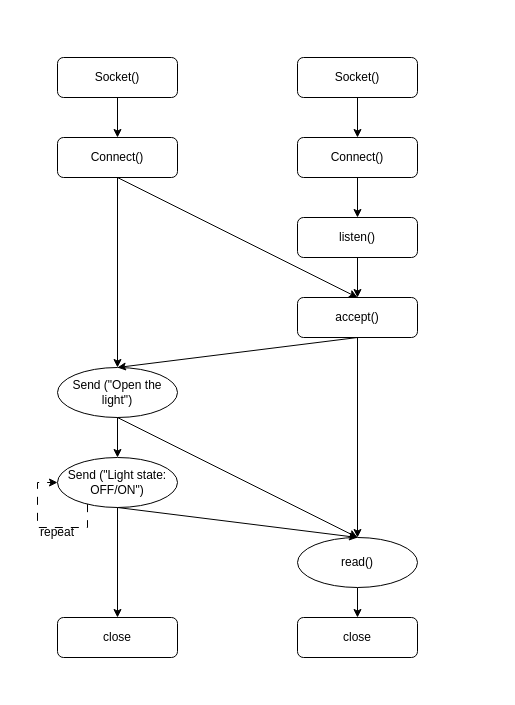
106210049/CK_RTOS keeps this draw.io diagram as PBL5.drawio. Above is the earlier version. Source tidied: cells renumbered, new cells numbered last; positions are measured from the earlier drawing's top-left corner, leaving out a move shared by most shapes. Both pictures are drawn from the tidied source at 100%, with x=0, y=0 at pixel (27, 57).
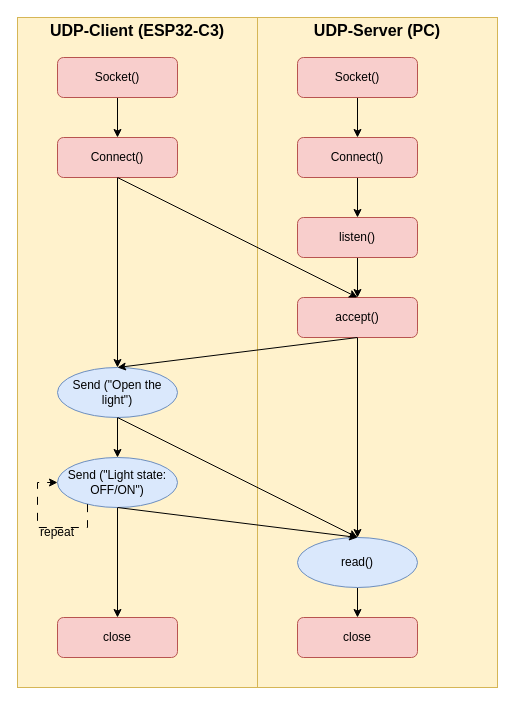
After the change.

The edit, as a diff of the source:
```diff
@@
+    <mxCell id="28" value="&lt;p style=&quot;margin:0px;margin-top:4px;text-align:center;&quot;&gt;&lt;b&gt;&lt;font style=&quot;font-size: 16px;&quot;&gt;UDP-Server (PC)&lt;/font&gt;&lt;/b&gt;&lt;/p&gt;" style="verticalAlign=top;align=left;overflow=fill;html=1;whiteSpace=wrap;fillColor=#fff2cc;strokeColor=#d6b656;" parent="1" vertex="1">
+      <mxGeometry x="230" y="-40" width="240" height="670" as="geometry" />
+    </mxCell>
+    <mxCell id="29" value="&lt;p style=&quot;margin:0px;margin-top:4px;text-align:center;&quot;&gt;&lt;b&gt;&lt;font style=&quot;font-size: 16px;&quot;&gt;UDP-Client (ESP32-C3)&lt;/font&gt;&lt;/b&gt;&lt;/p&gt;" style="verticalAlign=top;align=left;overflow=fill;html=1;whiteSpace=wrap;fillColor=#fff2cc;strokeColor=#d6b656;" parent="1" vertex="1">
+      <mxGeometry x="-10" y="-40" width="240" height="670" as="geometry" />
+    </mxCell>
@@
-    <mxCell id="3" value="Socket()" style="rounded=1;whiteSpace=wrap;html=1;" parent="1" vertex="1">
+    <mxCell id="3" value="Socket()" style="rounded=1;whiteSpace=wrap;html=1;fillColor=#f8cecc;strokeColor=#b85450;" parent="1" vertex="1">
       <mxGeometry x="30" width="120" height="40" as="geometry" />
     </mxCell>
@@
-    <mxCell id="5" value="Connect()" style="rounded=1;whiteSpace=wrap;html=1;" parent="1" vertex="1">
+    <mxCell id="5" value="Connect()" style="rounded=1;whiteSpace=wrap;html=1;fillColor=#f8cecc;strokeColor=#b85450;" parent="1" vertex="1">
       <mxGeometry x="30" y="80" width="120" height="40" as="geometry" />
     </mxCell>
@@
-    <mxCell id="7" value="Send (&quot;Open the light&quot;)" style="ellipse;whiteSpace=wrap;html=1;" parent="1" vertex="1">
+    <mxCell id="7" value="Send (&quot;Open the light&quot;)" style="ellipse;whiteSpace=wrap;html=1;fillColor=#dae8fc;strokeColor=#6c8ebf;" parent="1" vertex="1">
       <mxGeometry x="30" y="310" width="120" height="50" as="geometry" />
     </mxCell>
@@
-    <mxCell id="9" value="Socket()" style="rounded=1;whiteSpace=wrap;html=1;" parent="1" vertex="1">
+    <mxCell id="9" value="Socket()" style="rounded=1;whiteSpace=wrap;html=1;fillColor=#f8cecc;strokeColor=#b85450;" parent="1" vertex="1">
       <mxGeometry x="270" width="120" height="40" as="geometry" />
     </mxCell>
@@
-    <mxCell id="11" value="Connect()" style="rounded=1;whiteSpace=wrap;html=1;" parent="1" vertex="1">
+    <mxCell id="11" value="Connect()" style="rounded=1;whiteSpace=wrap;html=1;fillColor=#f8cecc;strokeColor=#b85450;" parent="1" vertex="1">
       <mxGeometry x="270" y="80" width="120" height="40" as="geometry" />
     </mxCell>
@@
-    <mxCell id="13" value="listen()" style="rounded=1;whiteSpace=wrap;html=1;" parent="1" vertex="1">
+    <mxCell id="13" value="listen()" style="rounded=1;whiteSpace=wrap;html=1;fillColor=#f8cecc;strokeColor=#b85450;" parent="1" vertex="1">
       <mxGeometry x="270" y="160" width="120" height="40" as="geometry" />
     </mxCell>
@@
-    <mxCell id="15" value="accept()" style="rounded=1;whiteSpace=wrap;html=1;" parent="1" vertex="1">
+    <mxCell id="15" value="accept()" style="rounded=1;whiteSpace=wrap;html=1;fillColor=#f8cecc;strokeColor=#b85450;" parent="1" vertex="1">
       <mxGeometry x="270" y="240" width="120" height="40" as="geometry" />
     </mxCell>
@@
-    <mxCell id="19" value="Send (&quot;Light state: OFF/ON&quot;)" style="ellipse;whiteSpace=wrap;html=1;" parent="1" vertex="1">
+    <mxCell id="19" value="Send (&quot;Light state: OFF/ON&quot;)" style="ellipse;whiteSpace=wrap;html=1;fillColor=#dae8fc;strokeColor=#6c8ebf;" parent="1" vertex="1">
       <mxGeometry x="30" y="400" width="120" height="50" as="geometry" />
     </mxCell>
@@
-    <mxCell id="21" value="read()" style="ellipse;whiteSpace=wrap;html=1;" parent="1" vertex="1">
+    <mxCell id="21" value="read()" style="ellipse;whiteSpace=wrap;html=1;fillColor=#dae8fc;strokeColor=#6c8ebf;" parent="1" vertex="1">
       <mxGeometry x="270" y="480" width="120" height="50" as="geometry" />
     </mxCell>
@@
-    <mxCell id="26" value="close" style="rounded=1;whiteSpace=wrap;html=1;" parent="1" vertex="1">
+    <mxCell id="26" value="close" style="rounded=1;whiteSpace=wrap;html=1;fillColor=#f8cecc;strokeColor=#b85450;" parent="1" vertex="1">
       <mxGeometry x="270" y="560" width="120" height="40" as="geometry" />
     </mxCell>
-    <mxCell id="27" value="close" style="rounded=1;whiteSpace=wrap;html=1;" parent="1" vertex="1">
+    <mxCell id="27" value="close" style="rounded=1;whiteSpace=wrap;html=1;fillColor=#f8cecc;strokeColor=#b85450;" parent="1" vertex="1">
       <mxGeometry x="30" y="560" width="120" height="40" as="geometry" />
     </mxCell>
```
